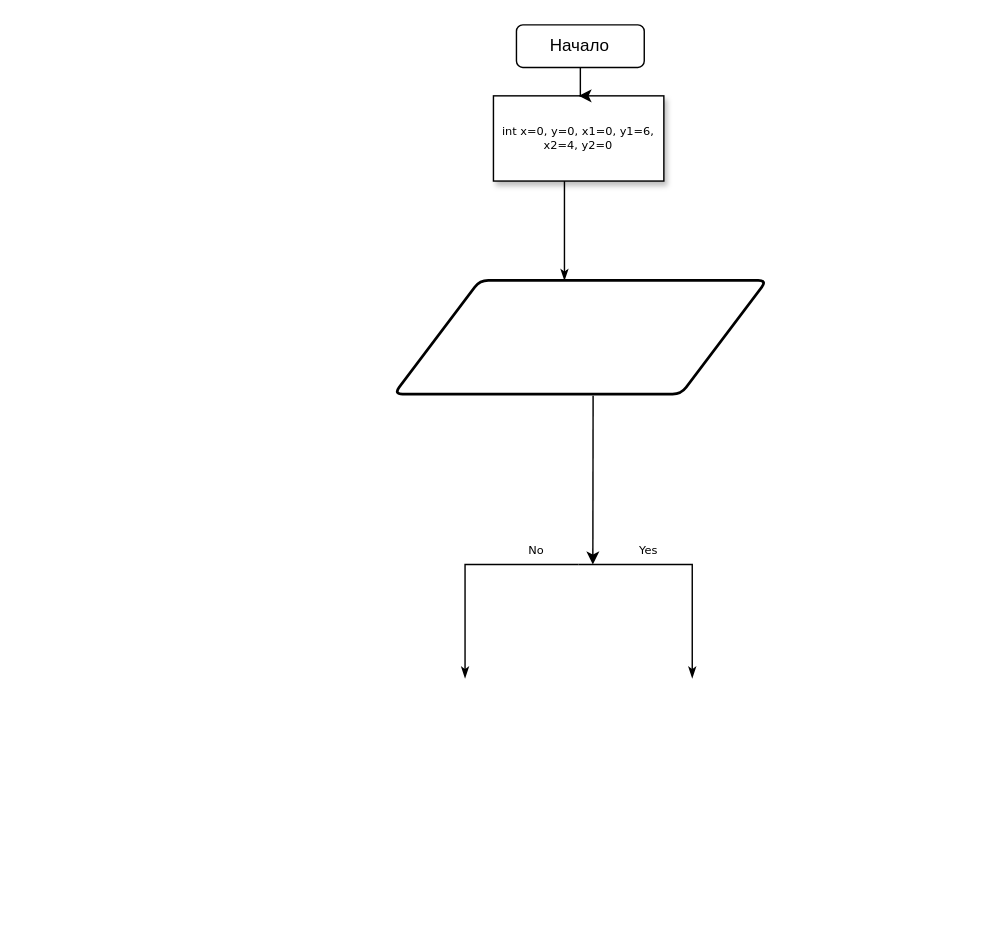
Timosha101/as keeps this draw.io diagram as Диаграмма без названия.drawio. Above is the earlier version. Source tidied: cells renumbered, new cells numbered last; positions are measured from the earlier drawing's top-left corner, leaving out a move shared by most shapes. Both pictures are drawn from the tidied source at 142%, with x=0, y=0 at pixel (393, 24).
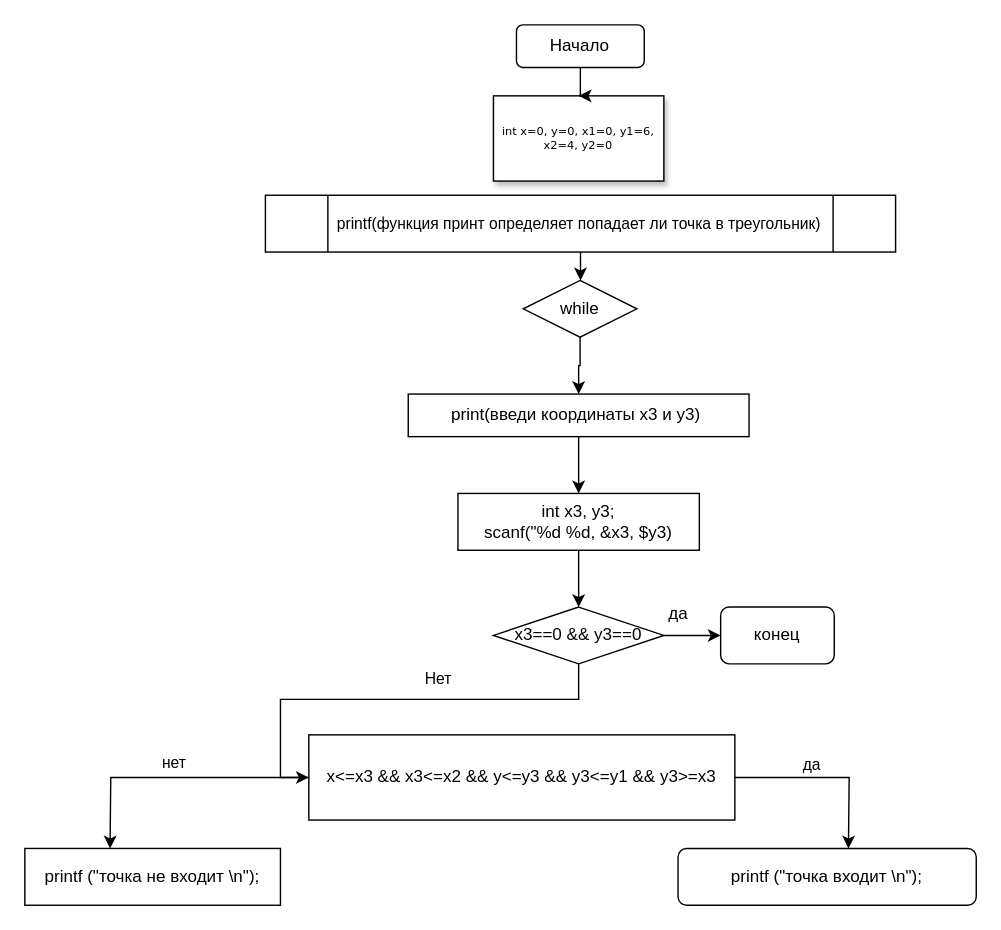
After the change.

Unchanged cells that the change refers to:
```xml
<mxCell id="3" value="int x=0, y=0, x1=0, y1=6, x2=4, y2=0" style="rounded=0;whiteSpace=wrap;html=1;shadow=1;labelBackgroundColor=none;strokeWidth=1;fontFamily=Verdana;fontSize=8;align=center;" parent="1" vertex="1">
  <mxGeometry x="70" y="50" width="120" height="60" as="geometry" />
</mxCell>
```

What changed in the source:
```diff
@@
-    <mxCell id="2" style="edgeStyle=orthogonalEdgeStyle;rounded=0;html=1;labelBackgroundColor=none;startSize=5;endArrow=classicThin;endFill=1;endSize=5;jettySize=auto;strokeWidth=1;fontFamily=Verdana;fontSize=8;" parent="1" edge="1" source="3">
-      <mxGeometry relative="1" as="geometry">
-        <mxPoint x="120" y="180" as="targetPoint" />
-        <Array as="points">
-          <mxPoint x="120" y="160" />
-          <mxPoint x="120" y="160" />
-        </Array>
-      </mxGeometry>
-    </mxCell>
@@
-    <mxCell id="4" value="Yes" style="edgeStyle=orthogonalEdgeStyle;rounded=0;html=1;labelBackgroundColor=none;startSize=5;endArrow=classicThin;endFill=1;endSize=5;jettySize=auto;orthogonalLoop=1;strokeWidth=1;fontFamily=Verdana;fontSize=8;" parent="1" edge="1">
-      <mxGeometry x="-0.23" y="10" relative="1" as="geometry">
-        <mxPoint x="150" y="380" as="sourcePoint" />
-        <mxPoint x="210" y="460" as="targetPoint" />
-        <Array as="points">
-          <mxPoint x="130" y="380" />
-          <mxPoint x="230" y="380" />
-        </Array>
-      </mxGeometry>
-    </mxCell>
-    <mxCell id="5" value="No" style="edgeStyle=orthogonalEdgeStyle;rounded=0;html=1;labelBackgroundColor=none;startSize=5;endArrow=classicThin;endFill=1;endSize=5;jettySize=auto;orthogonalLoop=1;strokeWidth=1;fontFamily=Verdana;fontSize=8;" parent="1" edge="1">
-      <mxGeometry x="-0.62" y="-10" relative="1" as="geometry">
-        <mxPoint x="130" y="380" as="sourcePoint" />
-        <mxPoint x="50" y="460" as="targetPoint" />
-        <Array as="points">
-          <mxPoint x="50" y="380" />
-        </Array>
-      </mxGeometry>
-    </mxCell>
-    <mxCell id="6" style="shape=parallelogram;html=1;strokeWidth=2;perimeter=parallelogramPerimeter;whiteSpace=wrap;rounded=1;arcSize=12;size=0.23;" parent="1" vertex="1">
-      <mxGeometry y="180" width="262.5" height="80" as="geometry" />
-    </mxCell>
-    <mxCell id="7" style="endArrow=classic;html=1;rounded=0;exitX=0.534;exitY=1.014;exitDx=0;exitDy=0;exitPerimeter=0;" parent="1" edge="1" source="6">
-      <mxGeometry relative="1" as="geometry">
-        <mxPoint x="140" y="380" as="targetPoint" />
-      </mxGeometry>
-    </mxCell>
@@
+    <mxCell id="10" style="edgeStyle=orthogonalEdgeStyle;rounded=0;jettySize=auto;html=1;" parent="1" edge="1" source="11" target="13">
+      <mxGeometry relative="1" as="geometry" />
+    </mxCell>
+    <mxCell id="11" value="&lt;p&gt;&lt;font style=&quot;font-size: 11px;&quot;&gt;printf(функция принт определяет попадает ли точка в треугольник)&lt;/font&gt;&lt;/p&gt;" style="shape=process;whiteSpace=wrap;html=1;backgroundOutline=1;" parent="1" vertex="1">
+      <mxGeometry x="-90.6" y="120" width="443.8" height="40" as="geometry" />
+    </mxCell>
+    <mxCell id="12" style="edgeStyle=orthogonalEdgeStyle;rounded=0;jettySize=auto;html=1;" parent="1" edge="1" source="13" target="15">
+      <mxGeometry relative="1" as="geometry" />
+    </mxCell>
+    <mxCell id="13" value="while" style="rhombus;whiteSpace=wrap;html=1;" parent="1" vertex="1">
+      <mxGeometry x="91" y="180" width="80" height="40" as="geometry" />
+    </mxCell>
+    <mxCell id="14" style="edgeStyle=orthogonalEdgeStyle;rounded=0;jettySize=auto;html=1;" parent="1" edge="1" source="15" target="17">
+      <mxGeometry relative="1" as="geometry" />
+    </mxCell>
+    <mxCell id="15" value="print(введи координаты х3 и у3)&amp;nbsp;" style="rounded=0;whiteSpace=wrap;html=1;" parent="1" vertex="1">
+      <mxGeometry x="10" y="260" width="240" height="30" as="geometry" />
+    </mxCell>
+    <mxCell id="16" style="edgeStyle=orthogonalEdgeStyle;rounded=0;jettySize=auto;html=1;" parent="1" edge="1" source="17" target="21">
+      <mxGeometry relative="1" as="geometry" />
+    </mxCell>
+    <mxCell id="17" value="int x3, y3;&lt;br&gt;scanf(&quot;%d %d, &amp;amp;x3, $y3)" style="rounded=0;whiteSpace=wrap;html=1;" parent="1" vertex="1">
+      <mxGeometry x="45" y="330" width="170" height="40" as="geometry" />
+    </mxCell>
+    <mxCell id="18" style="edgeStyle=orthogonalEdgeStyle;rounded=0;jettySize=auto;html=1;" parent="1" edge="1" source="21" target="22">
+      <mxGeometry relative="1" as="geometry" />
+    </mxCell>
+    <mxCell id="19" style="edgeStyle=orthogonalEdgeStyle;rounded=0;jettySize=auto;html=1;entryX=0;entryY=0.5;entryDx=0;entryDy=0;" parent="1" edge="1" source="21" target="28">
+      <mxGeometry relative="1" as="geometry" />
+    </mxCell>
+    <mxCell id="20" value="Нет" style="edgeLabel;html=1;align=center;verticalAlign=middle;" parent="19" vertex="1">
+      <mxGeometry x="-0.06" y="-2" relative="1" as="geometry">
+        <mxPoint x="21" y="-13" as="offset" />
+      </mxGeometry>
+    </mxCell>
+    <mxCell id="21" value="x3==0 &amp;amp;&amp;amp; y3==0" style="rhombus;whiteSpace=wrap;html=1;rounded=0;" parent="1" vertex="1">
+      <mxGeometry x="70" y="410" width="120" height="40" as="geometry" />
+    </mxCell>
+    <mxCell id="22" value="конец" style="rounded=1;whiteSpace=wrap;html=1;" parent="1" vertex="1">
+      <mxGeometry x="230" y="410" width="80" height="40" as="geometry" />
+    </mxCell>
+    <mxCell id="23" value="да" style="text;html=1;align=center;verticalAlign=middle;strokeColor=none;fillColor=none;" parent="1" vertex="1">
+      <mxGeometry x="180" y="400" width="40" height="30" as="geometry" />
+    </mxCell>
+    <mxCell id="24" style="edgeStyle=orthogonalEdgeStyle;rounded=0;jettySize=auto;html=1;" parent="1" edge="1" source="28">
+      <mxGeometry relative="1" as="geometry">
+        <mxPoint x="-200" y="580" as="targetPoint" />
+      </mxGeometry>
+    </mxCell>
+    <mxCell id="25" value="нет" style="edgeLabel;html=1;align=center;verticalAlign=middle;" parent="24" vertex="1">
+      <mxGeometry x="0.01" relative="1" as="geometry">
+        <mxPoint y="-11" as="offset" />
+      </mxGeometry>
+    </mxCell>
+    <mxCell id="26" style="edgeStyle=orthogonalEdgeStyle;rounded=0;jettySize=auto;html=1;" parent="1" edge="1" source="28">
+      <mxGeometry relative="1" as="geometry">
+        <mxPoint x="320" y="580" as="targetPoint" />
+      </mxGeometry>
+    </mxCell>
+    <mxCell id="27" value="да" style="edgeLabel;html=1;align=center;verticalAlign=middle;" parent="26" vertex="1">
+      <mxGeometry x="-0.19" relative="1" as="geometry">
+        <mxPoint y="-10" as="offset" />
+      </mxGeometry>
+    </mxCell>
+    <mxCell id="28" value="x&amp;lt;=x3 &amp;amp;&amp;amp; x3&amp;lt;=x2 &amp;amp;&amp;amp; y&amp;lt;=y3 &amp;amp;&amp;amp; y3&amp;lt;=y1 &amp;amp;&amp;amp; y3&amp;gt;=x3" style="whiteSpace=wrap;html=1;rounded=0;" parent="1" vertex="1">
+      <mxGeometry x="-60" y="500" width="300" height="60" as="geometry" />
+    </mxCell>
+    <mxCell id="29" value="printf (&quot;точка не входит \n&quot;);" style="rounded=0;whiteSpace=wrap;html=1;" parent="1" vertex="1">
+      <mxGeometry x="-260" y="580" width="180" height="40" as="geometry" />
+    </mxCell>
+    <mxCell id="30" value="printf (&quot;точка входит \n&quot;);" style="rounded=1;whiteSpace=wrap;html=1;" parent="1" vertex="1">
+      <mxGeometry x="200" y="580" width="210" height="40" as="geometry" />
+    </mxCell>
```
